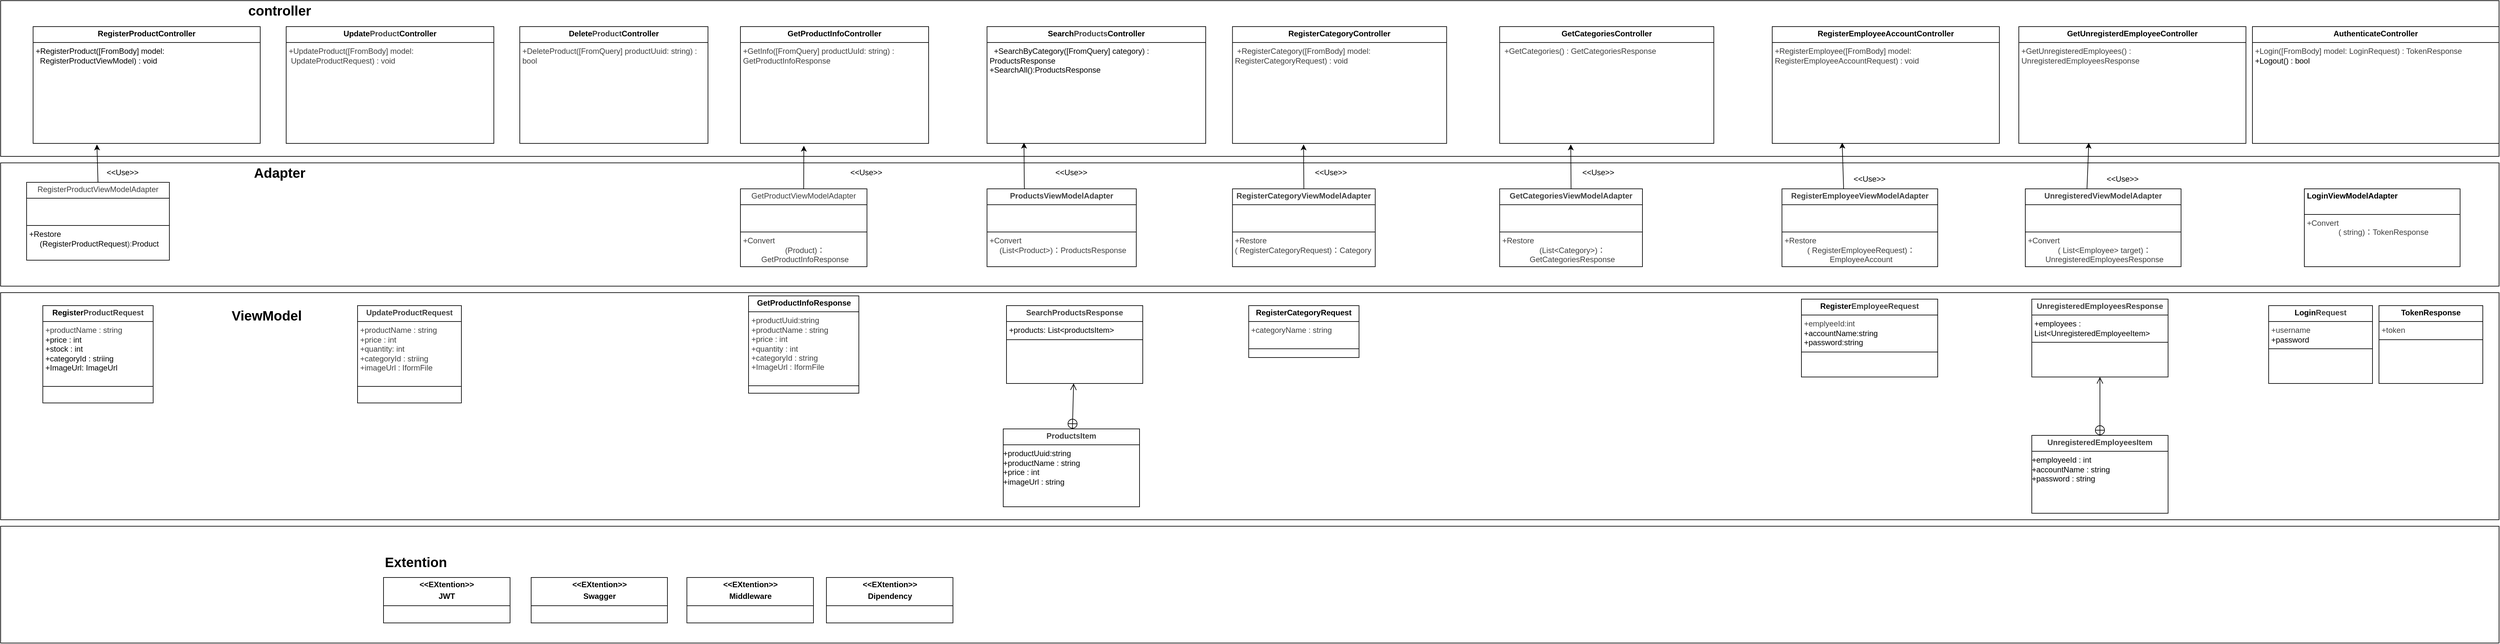
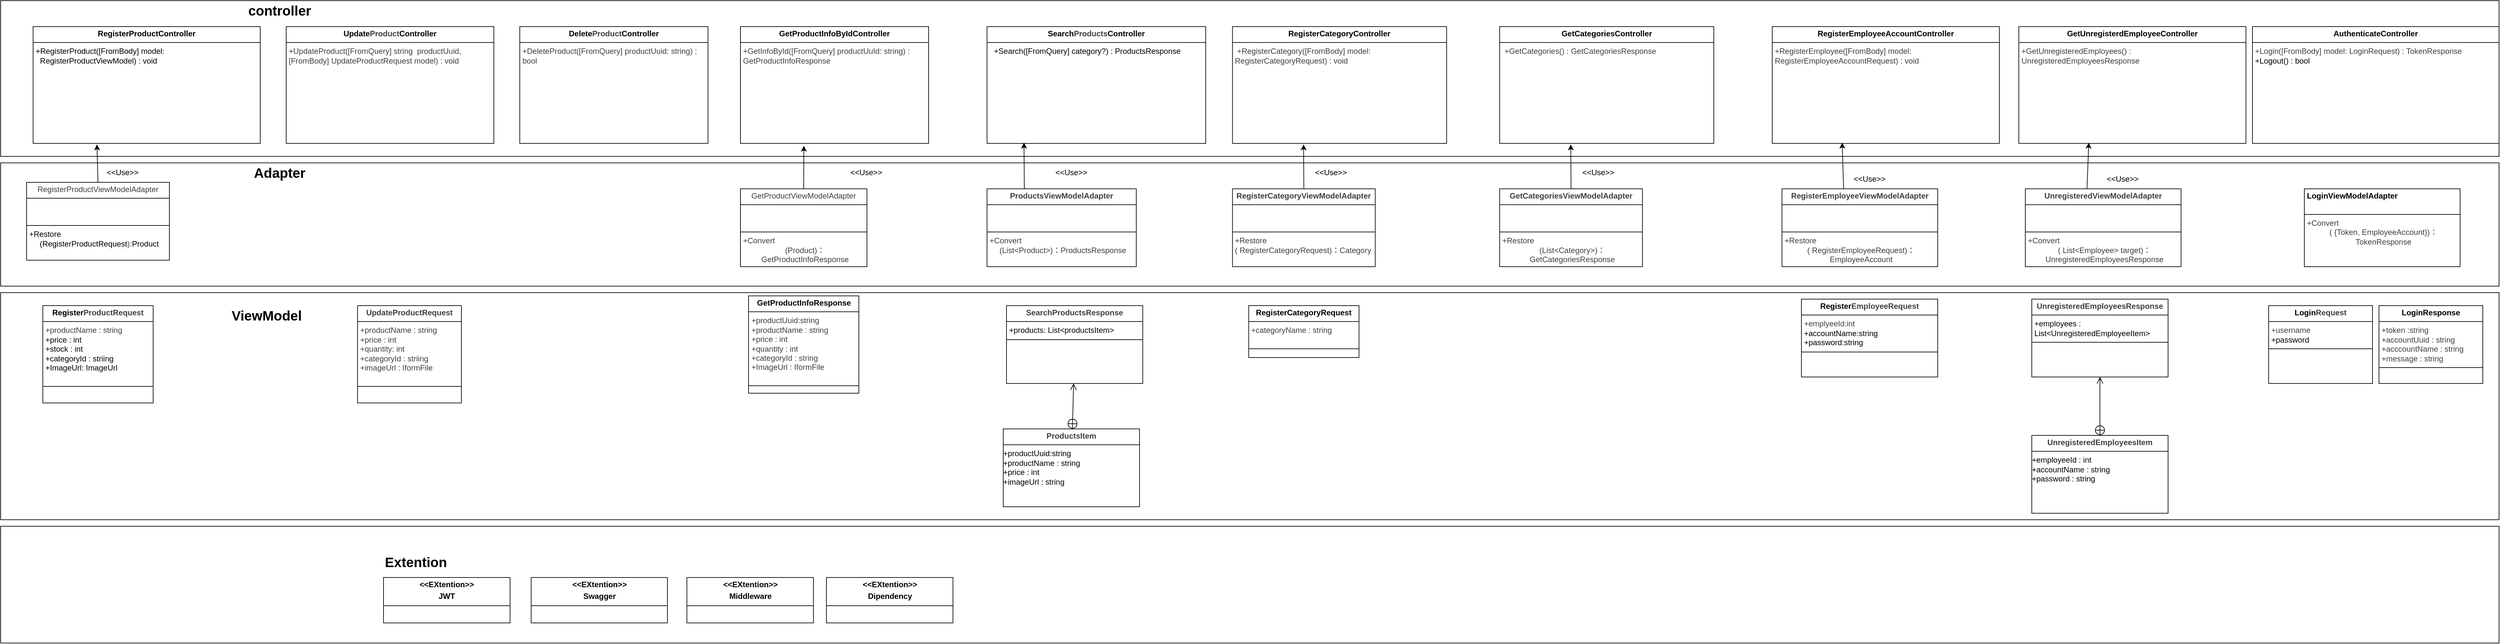
<mxfile host="65bd71144e">
    <diagram id="EApjV0AEF5bl3lN2ML2e" name="ページ1">
-         <mxGraphModel dx="3129" dy="736" grid="1" gridSize="10" guides="1" tooltips="1" connect="1" arrows="1" fold="1" page="1" pageScale="1" pageWidth="827" pageHeight="1169" math="0" shadow="0">
+         <mxGraphModel dx="2465" dy="260" grid="1" gridSize="10" guides="1" tooltips="1" connect="1" arrows="1" fold="1" page="1" pageScale="1" pageWidth="827" pageHeight="1169" math="0" shadow="0">
            <root>
                <mxCell id="0"/>
                <mxCell id="1" parent="0"/>
-                 <mxCell id="115" value="" style="rounded=0;whiteSpace=wrap;html=1;" vertex="1" parent="1">
+                 <mxCell id="115" value="" style="rounded=0;whiteSpace=wrap;html=1;" parent="1" vertex="1">
                    <mxGeometry x="-1030" y="1640" width="3850" height="180" as="geometry"/>
                </mxCell>
-                 <mxCell id="110" value="" style="rounded=0;whiteSpace=wrap;html=1;" vertex="1" parent="1">
+                 <mxCell id="110" value="" style="rounded=0;whiteSpace=wrap;html=1;" parent="1" vertex="1">
                    <mxGeometry x="-1030" y="1280" width="3850" height="350" as="geometry"/>
                </mxCell>
-                 <mxCell id="108" value="" style="rounded=0;whiteSpace=wrap;html=1;" vertex="1" parent="1">
+                 <mxCell id="108" value="" style="rounded=0;whiteSpace=wrap;html=1;" parent="1" vertex="1">
                    <mxGeometry x="-1030" y="830" width="3850" height="240" as="geometry"/>
                </mxCell>
                <mxCell id="66" value="" style="rounded=0;whiteSpace=wrap;html=1;" parent="1" vertex="1">
                    <mxGeometry x="-1030" y="1080" width="3850" height="190" as="geometry"/>
                </mxCell>
                <mxCell id="2" value="&lt;p style=&quot;margin:0px;margin-top:4px;text-align:center;&quot;&gt;&lt;b&gt;RegisterProductController&lt;/b&gt;&lt;/p&gt;&lt;hr size=&quot;1&quot; style=&quot;border-style:solid;&quot;&gt;&lt;p style=&quot;margin:0px;margin-left:4px;&quot;&gt;+RegisterProduct([FromBody] model:&amp;nbsp; &amp;nbsp;&amp;nbsp;&lt;/p&gt;&lt;p style=&quot;margin:0px;margin-left:4px;&quot;&gt;&amp;nbsp; RegisterProductViewModel) : void&lt;/p&gt;&lt;div&gt;&lt;br&gt;&lt;/div&gt;" style="verticalAlign=top;align=left;overflow=fill;html=1;whiteSpace=wrap;" parent="1" vertex="1">
                    <mxGeometry x="-980" y="870" width="350" height="180" as="geometry"/>
                </mxCell>
                <mxCell id="3" value="&lt;p style=&quot;margin:0px;margin-top:4px;text-align:center;&quot;&gt;&lt;b&gt;Register&lt;span style=&quot;color: rgb(63, 63, 63);&quot;&gt;ProductRequest&lt;/span&gt;&lt;/b&gt;&lt;/p&gt;&lt;hr size=&quot;1&quot; style=&quot;border-style:solid;&quot;&gt;&lt;p style=&quot;margin:0px;margin-left:4px;&quot;&gt;&lt;span style=&quot;color: rgb(63, 63, 63); background-color: transparent;&quot;&gt;+productName : string&lt;/span&gt;&lt;/p&gt;&lt;p style=&quot;margin:0px;margin-left:4px;&quot;&gt;+price : int&lt;/p&gt;&lt;p style=&quot;margin:0px;margin-left:4px;&quot;&gt;+stock : int&lt;/p&gt;&lt;p style=&quot;margin:0px;margin-left:4px;&quot;&gt;+categoryId : striing&lt;/p&gt;&lt;p style=&quot;margin:0px;margin-left:4px;&quot;&gt;+ImageUrl: ImageUrl&lt;/p&gt;&lt;p style=&quot;margin:0px;margin-left:4px;&quot;&gt;&lt;br&gt;&lt;/p&gt;&lt;hr size=&quot;1&quot; style=&quot;border-style:solid;&quot;&gt;&lt;p style=&quot;margin:0px;margin-left:4px;&quot;&gt;&lt;br&gt;&lt;/p&gt;" style="verticalAlign=top;align=left;overflow=fill;html=1;whiteSpace=wrap;" parent="1" vertex="1">
                    <mxGeometry x="-965" y="1300" width="170" height="150" as="geometry"/>
                </mxCell>
                <mxCell id="4" value="&lt;p style=&quot;margin:0px;margin-top:4px;text-align:center;&quot;&gt;&lt;span style=&quot;color: rgb(63, 63, 63); background-color: transparent;&quot;&gt;Register&lt;span style=&quot;color: rgb(63, 63, 63); scrollbar-color: rgb(226, 226, 226) rgb(251, 251, 251);&quot;&gt;Product&lt;/span&gt;ViewModelAdapter&lt;/span&gt;&lt;/p&gt;&lt;hr size=&quot;1&quot; style=&quot;border-style:solid;&quot;&gt;&lt;p style=&quot;margin:0px;margin-left:4px;&quot;&gt;&lt;br&gt;&lt;/p&gt;&lt;p style=&quot;margin:0px;margin-left:4px;&quot;&gt;&lt;br&gt;&lt;/p&gt;&lt;hr size=&quot;1&quot; style=&quot;border-style:solid;&quot;&gt;&lt;p style=&quot;margin:0px;margin-left:4px;&quot;&gt;+Restore&lt;/p&gt;&lt;p style=&quot;text-align: center; margin: 0px 0px 0px 4px;&quot;&gt;&lt;span style=&quot;background-color: transparent;&quot;&gt;(RegisterProductRequest&lt;/span&gt;&lt;span style=&quot;background-color: transparent; color: rgb(63, 63, 63);&quot;&gt;):&lt;/span&gt;&lt;span style=&quot;background-color: transparent;&quot;&gt;Product&lt;/span&gt;&lt;/p&gt;" style="verticalAlign=top;align=left;overflow=fill;html=1;whiteSpace=wrap;" parent="1" vertex="1">
                    <mxGeometry x="-990" y="1110" width="220" height="120" as="geometry"/>
                </mxCell>
-                 <mxCell id="5" value="&lt;p style=&quot;margin:0px;margin-top:4px;text-align:center;&quot;&gt;&lt;b&gt;Update&lt;/b&gt;&lt;b style=&quot;color: rgb(63, 63, 63); scrollbar-color: rgb(226, 226, 226) rgb(251, 251, 251);&quot;&gt;Product&lt;/b&gt;&lt;b&gt;Controller&lt;/b&gt;&lt;/p&gt;&lt;hr size=&quot;1&quot; style=&quot;border-style:solid;&quot;&gt;&lt;p style=&quot;margin:0px;margin-left:4px;&quot;&gt;&lt;/p&gt;&lt;p style=&quot;margin:0px;margin-left:4px;&quot;&gt;&lt;span style=&quot;color: rgb(63, 63, 63); background-color: transparent;&quot;&gt;+UpdateProduct([FromBody] model:&amp;nbsp; &amp;nbsp;UpdateProductRequest) : void&lt;/span&gt;&lt;/p&gt;" style="verticalAlign=top;align=left;overflow=fill;html=1;whiteSpace=wrap;" parent="1" vertex="1">
+                 <mxCell id="5" value="&lt;p style=&quot;margin:0px;margin-top:4px;text-align:center;&quot;&gt;&lt;b&gt;Update&lt;/b&gt;&lt;b style=&quot;color: rgb(63, 63, 63); scrollbar-color: rgb(226, 226, 226) rgb(251, 251, 251);&quot;&gt;Product&lt;/b&gt;&lt;b&gt;Controller&lt;/b&gt;&lt;/p&gt;&lt;hr size=&quot;1&quot; style=&quot;border-style:solid;&quot;&gt;&lt;p style=&quot;margin:0px;margin-left:4px;&quot;&gt;&lt;/p&gt;&lt;p style=&quot;margin:0px;margin-left:4px;&quot;&gt;&lt;span style=&quot;color: rgb(63, 63, 63); background-color: transparent;&quot;&gt;+UpdateProduct([FromQuery] string&amp;nbsp; productUuid,&amp;nbsp; [FromBody] UpdateProductRequest model) : void&lt;/span&gt;&lt;/p&gt;" style="verticalAlign=top;align=left;overflow=fill;html=1;whiteSpace=wrap;" parent="1" vertex="1">
                    <mxGeometry x="-590" y="870" width="320" height="180" as="geometry"/>
                </mxCell>
                <mxCell id="6" value="&lt;p style=&quot;margin:0px;margin-top:4px;text-align:center;&quot;&gt;&lt;b&gt;Delete&lt;/b&gt;&lt;b style=&quot;color: rgb(63, 63, 63); scrollbar-color: rgb(226, 226, 226) rgb(251, 251, 251);&quot;&gt;Product&lt;/b&gt;&lt;b&gt;Controller&lt;/b&gt;&lt;/p&gt;&lt;hr size=&quot;1&quot; style=&quot;border-style:solid;&quot;&gt;&lt;p style=&quot;color: rgb(63, 63, 63); scrollbar-color: rgb(226, 226, 226) rgb(251, 251, 251); margin: 0px 0px 0px 4px;&quot;&gt;&lt;span style=&quot;background-color: transparent;&quot;&gt;+DeleteProduct([FromQuery] productUuid: string) : bool&lt;/span&gt;&lt;/p&gt;" style="verticalAlign=top;align=left;overflow=fill;html=1;whiteSpace=wrap;" parent="1" vertex="1">
                    <mxGeometry x="-230" y="870" width="290" height="180" as="geometry"/>
                </mxCell>
-                 <mxCell id="7" value="&lt;p style=&quot;margin:0px;margin-top:4px;text-align:center;&quot;&gt;&lt;b&gt;Search&lt;/b&gt;&lt;b style=&quot;color: rgb(63, 63, 63); scrollbar-color: rgb(226, 226, 226) rgb(251, 251, 251);&quot;&gt;Products&lt;/b&gt;&lt;b&gt;Controller&lt;/b&gt;&lt;/p&gt;&lt;hr size=&quot;1&quot; style=&quot;border-style:solid;&quot;&gt;&lt;p style=&quot;margin:0px;margin-left:4px;&quot;&gt;&amp;nbsp; +SearchByCategory([FromQuery] category) : ProductsResponse&lt;/p&gt;&lt;p style=&quot;margin:0px;margin-left:4px;&quot;&gt;+SearchAll():ProductsResponse&lt;/p&gt;" style="verticalAlign=top;align=left;overflow=fill;html=1;whiteSpace=wrap;" parent="1" vertex="1">
+                 <mxCell id="7" value="&lt;p style=&quot;margin:0px;margin-top:4px;text-align:center;&quot;&gt;&lt;b&gt;Search&lt;/b&gt;&lt;b style=&quot;color: rgb(63, 63, 63); scrollbar-color: rgb(226, 226, 226) rgb(251, 251, 251);&quot;&gt;Products&lt;/b&gt;&lt;b&gt;Controller&lt;/b&gt;&lt;/p&gt;&lt;hr size=&quot;1&quot; style=&quot;border-style:solid;&quot;&gt;&lt;p style=&quot;margin:0px;margin-left:4px;&quot;&gt;&amp;nbsp; +Search([FromQuery] category?) : ProductsResponse&lt;/p&gt;" style="verticalAlign=top;align=left;overflow=fill;html=1;whiteSpace=wrap;" parent="1" vertex="1">
                    <mxGeometry x="490" y="870" width="337" height="180" as="geometry"/>
                </mxCell>
                <mxCell id="8" value="&lt;p style=&quot;margin:0px;margin-top:4px;text-align:center;&quot;&gt;&lt;b&gt;RegisterEmployeeAccountController&lt;/b&gt;&lt;/p&gt;&lt;hr size=&quot;1&quot; style=&quot;border-style:solid;&quot;&gt;&lt;p style=&quot;margin:0px;margin-left:4px;&quot;&gt;&lt;span style=&quot;color: rgb(63, 63, 63); background-color: transparent;&quot;&gt;+RegisterEmployee([FromBody] model: RegisterEmployeeAccountRequest) : void&lt;/span&gt;&lt;/p&gt;&lt;div&gt;&lt;br&gt;&lt;/div&gt;" style="verticalAlign=top;align=left;overflow=fill;html=1;whiteSpace=wrap;" parent="1" vertex="1">
                    <mxGeometry x="1700" y="870" width="350" height="180" as="geometry"/>
                </mxCell>
                <mxCell id="9" value="&lt;p style=&quot;margin:0px;margin-top:4px;text-align:center;&quot;&gt;&lt;b&gt;AuthenticateController&lt;/b&gt;&lt;/p&gt;&lt;hr size=&quot;1&quot; style=&quot;border-style:solid;&quot;&gt;&lt;p style=&quot;margin:0px;margin-left:4px;&quot;&gt;&lt;span style=&quot;color: rgb(63, 63, 63); background-color: transparent;&quot;&gt;+Login([FromBody] model: LoginRequest) : TokenResponse&amp;nbsp;&lt;/span&gt;&lt;/p&gt;&lt;p style=&quot;margin:0px;margin-left:4px;&quot;&gt;+Logout() : bool&lt;/p&gt;" style="verticalAlign=top;align=left;overflow=fill;html=1;whiteSpace=wrap;" parent="1" vertex="1">
                    <mxGeometry x="2440" y="870" width="380" height="180" as="geometry"/>
                </mxCell>
                <mxCell id="10" value="&lt;p style=&quot;margin:0px;margin-top:4px;text-align:center;&quot;&gt;&lt;b&gt;&lt;span style=&quot;background-color: transparent; color: rgb(63, 63, 63); scrollbar-color: rgb(226, 226, 226) rgb(251, 251, 251);&quot;&gt;Update&lt;/span&gt;&lt;span style=&quot;color: rgb(63, 63, 63);&quot;&gt;ProductRequest&lt;/span&gt;&lt;/b&gt;&lt;/p&gt;&lt;hr size=&quot;1&quot; style=&quot;border-style:solid;&quot;&gt;&lt;p style=&quot;color: rgb(63, 63, 63); scrollbar-color: rgb(226, 226, 226) rgb(251, 251, 251); margin: 0px 0px 0px 4px;&quot;&gt;&lt;span style=&quot;scrollbar-color: rgb(226, 226, 226) rgb(251, 251, 251); background-color: transparent; color: rgb(63, 63, 63);&quot;&gt;+productName : string&lt;/span&gt;&lt;/p&gt;&lt;p style=&quot;color: rgb(63, 63, 63); scrollbar-color: rgb(226, 226, 226) rgb(251, 251, 251); margin: 0px 0px 0px 4px;&quot;&gt;+price : int&lt;/p&gt;&lt;p style=&quot;color: rgb(63, 63, 63); scrollbar-color: rgb(226, 226, 226) rgb(251, 251, 251); margin: 0px 0px 0px 4px;&quot;&gt;+quantity: int&lt;/p&gt;&lt;p style=&quot;color: rgb(63, 63, 63); scrollbar-color: rgb(226, 226, 226) rgb(251, 251, 251); margin: 0px 0px 0px 4px;&quot;&gt;+categoryId : striing&lt;/p&gt;&lt;p style=&quot;color: rgb(63, 63, 63); scrollbar-color: rgb(226, 226, 226) rgb(251, 251, 251); margin: 0px 0px 0px 4px;&quot;&gt;+imageUrl : IformFile&lt;/p&gt;&lt;p style=&quot;color: rgb(63, 63, 63); scrollbar-color: rgb(226, 226, 226) rgb(251, 251, 251); margin: 0px 0px 0px 4px;&quot;&gt;&lt;br style=&quot;color: rgb(63, 63, 63); scrollbar-color: rgb(226, 226, 226) rgb(251, 251, 251);&quot;&gt;&lt;/p&gt;&lt;hr size=&quot;1&quot; style=&quot;border-style:solid;&quot;&gt;&lt;p style=&quot;margin:0px;margin-left:4px;&quot;&gt;&lt;br&gt;&lt;/p&gt;" style="verticalAlign=top;align=left;overflow=fill;html=1;whiteSpace=wrap;" parent="1" vertex="1">
                    <mxGeometry x="-480" y="1300" width="160" height="150" as="geometry"/>
                </mxCell>
                <mxCell id="12" value="&lt;p style=&quot;margin:0px;margin-top:4px;text-align:center;&quot;&gt;&lt;b&gt;Register&lt;/b&gt;&lt;b style=&quot;scrollbar-color: rgb(226, 226, 226) rgb(251, 251, 251); background-color: transparent; color: rgb(63, 63, 63);&quot;&gt;EmployeeRequest&lt;/b&gt;&lt;/p&gt;&lt;hr size=&quot;1&quot; style=&quot;border-style:solid;&quot;&gt;&lt;p style=&quot;margin:0px;margin-left:4px;&quot;&gt;&lt;span style=&quot;color: rgb(63, 63, 63); background-color: transparent;&quot;&gt;+emplyeeId:int&lt;/span&gt;&lt;/p&gt;&lt;p style=&quot;margin:0px;margin-left:4px;&quot;&gt;+accountName:string&lt;/p&gt;&lt;p style=&quot;margin:0px;margin-left:4px;&quot;&gt;+password:string&lt;/p&gt;&lt;hr size=&quot;1&quot; style=&quot;border-style:solid;&quot;&gt;&lt;p style=&quot;margin:0px;margin-left:4px;&quot;&gt;&lt;br&gt;&lt;/p&gt;" style="verticalAlign=top;align=left;overflow=fill;html=1;whiteSpace=wrap;" parent="1" vertex="1">
                    <mxGeometry x="1745" y="1290" width="210" height="120" as="geometry"/>
                </mxCell>
                <mxCell id="13" value="&lt;p style=&quot;margin:0px;margin-top:4px;text-align:center;&quot;&gt;&lt;b style=&quot;color: rgb(63, 63, 63); background-color: transparent;&quot;&gt;Register&lt;span style=&quot;color: rgb(63, 63, 63);&quot;&gt;Employee&lt;/span&gt;ViewModelAdapter&lt;/b&gt;&lt;/p&gt;&lt;hr size=&quot;1&quot; style=&quot;border-style:solid;&quot;&gt;&lt;p style=&quot;margin:0px;margin-left:4px;&quot;&gt;&lt;br&gt;&lt;/p&gt;&lt;p style=&quot;margin:0px;margin-left:4px;&quot;&gt;&lt;br&gt;&lt;/p&gt;&lt;hr size=&quot;1&quot; style=&quot;border-style:solid;&quot;&gt;&lt;p style=&quot;margin:0px;margin-left:4px;&quot;&gt;&lt;span style=&quot;color: rgb(63, 63, 63); scrollbar-color: rgb(226, 226, 226) rgb(251, 251, 251); background-color: transparent;&quot;&gt;+Restore&lt;/span&gt;&lt;/p&gt;&lt;p style=&quot;text-align: center; margin: 0px 0px 0px 4px;&quot;&gt;&lt;span style=&quot;color: rgb(63, 63, 63); scrollbar-color: rgb(226, 226, 226) rgb(251, 251, 251); background-color: transparent;&quot;&gt;(&lt;/span&gt;&lt;span style=&quot;scrollbar-color: rgb(226, 226, 226) rgb(251, 251, 251); background-color: transparent; text-align: center; color: rgb(63, 63, 63);&quot;&gt;&amp;nbsp;RegisterEmployeeRequest&lt;/span&gt;&lt;span style=&quot;background-color: transparent; scrollbar-color: rgb(226, 226, 226) rgb(251, 251, 251); color: rgb(63, 63, 63);&quot;&gt;)&lt;/span&gt;&lt;span style=&quot;background-color: transparent; color: rgb(63, 63, 63);&quot;&gt;：EmployeeAccount&lt;/span&gt;&lt;/p&gt;" style="verticalAlign=top;align=left;overflow=fill;html=1;whiteSpace=wrap;" parent="1" vertex="1">
                    <mxGeometry x="1715" y="1120" width="240" height="120" as="geometry"/>
                </mxCell>
                <mxCell id="16" value="&lt;p style=&quot;margin:0px;margin-top:4px;text-align:center;&quot;&gt;&lt;b&gt;Login&lt;span style=&quot;color: rgb(63, 63, 63);&quot;&gt;Request&lt;/span&gt;&lt;/b&gt;&lt;/p&gt;&lt;hr size=&quot;1&quot; style=&quot;border-style:solid;&quot;&gt;&lt;p style=&quot;margin:0px;margin-left:4px;&quot;&gt;&lt;span style=&quot;color: rgb(63, 63, 63); background-color: transparent;&quot;&gt;+username&lt;/span&gt;&lt;/p&gt;&lt;p style=&quot;margin:0px;margin-left:4px;&quot;&gt;+password&lt;/p&gt;&lt;hr size=&quot;1&quot; style=&quot;border-style:solid;&quot;&gt;&lt;p style=&quot;margin:0px;margin-left:4px;&quot;&gt;&lt;br&gt;&lt;/p&gt;" style="verticalAlign=top;align=left;overflow=fill;html=1;whiteSpace=wrap;" parent="1" vertex="1">
                    <mxGeometry x="2465" y="1300" width="160" height="120" as="geometry"/>
                </mxCell>
-                 <mxCell id="17" value="&lt;p style=&quot;margin:0px;margin-top:4px;text-align:center;&quot;&gt;&lt;b&gt;TokenResponse&lt;/b&gt;&lt;/p&gt;&lt;hr size=&quot;1&quot; style=&quot;border-style:solid;&quot;&gt;&lt;p style=&quot;margin:0px;margin-left:4px;&quot;&gt;&lt;span style=&quot;color: rgb(63, 63, 63); background-color: transparent;&quot;&gt;+token&lt;/span&gt;&lt;/p&gt;&lt;hr size=&quot;1&quot; style=&quot;border-style:solid;&quot;&gt;&lt;p style=&quot;margin:0px;margin-left:4px;&quot;&gt;&lt;br&gt;&lt;/p&gt;" style="verticalAlign=top;align=left;overflow=fill;html=1;whiteSpace=wrap;" parent="1" vertex="1">
+                 <mxCell id="17" value="&lt;p style=&quot;margin:0px;margin-top:4px;text-align:center;&quot;&gt;&lt;b&gt;LoginResponse&lt;/b&gt;&lt;/p&gt;&lt;hr size=&quot;1&quot; style=&quot;border-style:solid;&quot;&gt;&lt;p style=&quot;margin:0px;margin-left:4px;&quot;&gt;&lt;span style=&quot;color: rgb(63, 63, 63); background-color: transparent;&quot;&gt;+token :string&lt;/span&gt;&lt;/p&gt;&lt;p style=&quot;margin:0px;margin-left:4px;&quot;&gt;&lt;span style=&quot;color: rgb(63, 63, 63); background-color: transparent;&quot;&gt;+accountUuid : string&lt;/span&gt;&lt;/p&gt;&lt;p style=&quot;margin:0px;margin-left:4px;&quot;&gt;&lt;span style=&quot;color: rgb(63, 63, 63); background-color: transparent;&quot;&gt;+acccountName : string&lt;/span&gt;&lt;/p&gt;&lt;p style=&quot;margin:0px;margin-left:4px;&quot;&gt;&lt;span style=&quot;color: rgb(63, 63, 63); background-color: transparent;&quot;&gt;+message : string&lt;/span&gt;&lt;/p&gt;&lt;hr size=&quot;1&quot; style=&quot;border-style:solid;&quot;&gt;&lt;p style=&quot;margin:0px;margin-left:4px;&quot;&gt;&lt;br&gt;&lt;/p&gt;" style="verticalAlign=top;align=left;overflow=fill;html=1;whiteSpace=wrap;" parent="1" vertex="1">
                    <mxGeometry x="2635" y="1300" width="160" height="120" as="geometry"/>
                </mxCell>
                <mxCell id="18" value="&lt;p style=&quot;margin:0px;margin-top:4px;text-align:center;&quot;&gt;&lt;b&gt;&amp;lt;&amp;lt;EXtention&amp;gt;&amp;gt;&lt;/b&gt;&lt;/p&gt;&lt;p style=&quot;margin:0px;margin-top:4px;text-align:center;&quot;&gt;&lt;b&gt;JWT&lt;/b&gt;&lt;/p&gt;&lt;hr size=&quot;1&quot; style=&quot;border-style:solid;&quot;&gt;&lt;p style=&quot;margin:0px;margin-left:4px;&quot;&gt;&lt;br&gt;&lt;/p&gt;&lt;p style=&quot;margin:0px;margin-left:4px;&quot;&gt;&lt;br&gt;&lt;/p&gt;&lt;hr size=&quot;1&quot; style=&quot;border-style:solid;&quot;&gt;&lt;p style=&quot;margin:0px;margin-left:4px;&quot;&gt;&lt;br&gt;&lt;/p&gt;&lt;p style=&quot;margin:0px;margin-left:4px;&quot;&gt;&lt;br&gt;&lt;/p&gt;" style="verticalAlign=top;align=left;overflow=fill;html=1;whiteSpace=wrap;" parent="1" vertex="1">
                    <mxGeometry x="-440" y="1719" width="195" height="70" as="geometry"/>
                </mxCell>
                <mxCell id="19" value="&lt;p style=&quot;margin:0px;margin-top:4px;text-align:center;&quot;&gt;&lt;b&gt;&amp;lt;&amp;lt;EXtention&amp;gt;&amp;gt;&lt;/b&gt;&lt;/p&gt;&lt;p style=&quot;margin:0px;margin-top:4px;text-align:center;&quot;&gt;&lt;b&gt;Swagger&lt;/b&gt;&lt;/p&gt;&lt;hr size=&quot;1&quot; style=&quot;border-style:solid;&quot;&gt;&lt;p style=&quot;margin:0px;margin-left:4px;&quot;&gt;&lt;br&gt;&lt;/p&gt;&lt;p style=&quot;margin:0px;margin-left:4px;&quot;&gt;&lt;br&gt;&lt;/p&gt;&lt;hr size=&quot;1&quot; style=&quot;border-style:solid;&quot;&gt;&lt;p style=&quot;margin:0px;margin-left:4px;&quot;&gt;&lt;br&gt;&lt;/p&gt;" style="verticalAlign=top;align=left;overflow=fill;html=1;whiteSpace=wrap;" parent="1" vertex="1">
                    <mxGeometry x="-212.5" y="1719" width="210" height="70" as="geometry"/>
                </mxCell>
                <mxCell id="20" value="&lt;p style=&quot;margin:0px;margin-top:4px;text-align:center;&quot;&gt;&lt;b&gt;&amp;lt;&amp;lt;EXtention&amp;gt;&amp;gt;&lt;/b&gt;&lt;/p&gt;&lt;p style=&quot;margin:0px;margin-top:4px;text-align:center;&quot;&gt;&lt;b&gt;Middleware&lt;/b&gt;&lt;/p&gt;&lt;hr size=&quot;1&quot; style=&quot;border-style:solid;&quot;&gt;&lt;p style=&quot;margin:0px;margin-left:4px;&quot;&gt;&lt;br&gt;&lt;/p&gt;&lt;hr size=&quot;1&quot; style=&quot;border-style:solid;&quot;&gt;&lt;p style=&quot;margin:0px;margin-left:4px;&quot;&gt;&lt;br&gt;&lt;/p&gt;" style="verticalAlign=top;align=left;overflow=fill;html=1;whiteSpace=wrap;" parent="1" vertex="1">
                    <mxGeometry x="27.5" y="1719" width="195" height="70" as="geometry"/>
                </mxCell>
                <mxCell id="21" value="&lt;p style=&quot;margin:0px;margin-top:4px;text-align:center;&quot;&gt;&lt;b&gt;&amp;lt;&amp;lt;EXtention&amp;gt;&amp;gt;&lt;/b&gt;&lt;/p&gt;&lt;p style=&quot;margin:0px;margin-top:4px;text-align:center;&quot;&gt;&lt;b&gt;Dipendency&lt;/b&gt;&lt;/p&gt;&lt;hr size=&quot;1&quot; style=&quot;border-style:solid;&quot;&gt;&lt;p style=&quot;margin:0px;margin-left:4px;&quot;&gt;&lt;br&gt;&lt;/p&gt;&lt;hr size=&quot;1&quot; style=&quot;border-style:solid;&quot;&gt;&lt;p style=&quot;margin:0px;margin-left:4px;&quot;&gt;&lt;br&gt;&lt;/p&gt;&lt;p style=&quot;margin:0px;margin-left:4px;&quot;&gt;&lt;br&gt;&lt;/p&gt;" style="verticalAlign=top;align=left;overflow=fill;html=1;whiteSpace=wrap;" parent="1" vertex="1">
                    <mxGeometry x="242.5" y="1719" width="195" height="70" as="geometry"/>
                </mxCell>
                <mxCell id="22" value="&lt;p style=&quot;margin:0px;margin-top:4px;text-align:center;&quot;&gt;&lt;b&gt;RegisterCategoryController&lt;/b&gt;&lt;/p&gt;&lt;hr size=&quot;1&quot; style=&quot;border-style:solid;&quot;&gt;&lt;p style=&quot;margin:0px;margin-left:4px;&quot;&gt;&lt;/p&gt;&lt;p style=&quot;margin:0px;margin-left:4px;&quot;&gt;&lt;span style=&quot;color: rgb(63, 63, 63); background-color: transparent;&quot;&gt;&amp;nbsp;+RegisterCategory([FromBody] model: RegisterCategoryRequest) : void&lt;/span&gt;&lt;/p&gt;" style="verticalAlign=top;align=left;overflow=fill;html=1;whiteSpace=wrap;" parent="1" vertex="1">
                    <mxGeometry x="868.25" y="870" width="330" height="180" as="geometry"/>
                </mxCell>
                <mxCell id="23" value="&lt;p style=&quot;margin:0px;margin-top:4px;text-align:center;&quot;&gt;&lt;b&gt;RegisterCategoryRequest&lt;/b&gt;&lt;/p&gt;&lt;hr size=&quot;1&quot; style=&quot;border-style:solid;&quot;&gt;&lt;p style=&quot;color: rgb(63, 63, 63); scrollbar-color: rgb(226, 226, 226) rgb(251, 251, 251); margin: 0px 0px 0px 4px;&quot;&gt;+categoryName : string&lt;/p&gt;&lt;p style=&quot;margin:0px;margin-left:4px;&quot;&gt;&lt;br&gt;&lt;/p&gt;&lt;hr size=&quot;1&quot; style=&quot;border-style:solid;&quot;&gt;&lt;p style=&quot;margin:0px;margin-left:4px;&quot;&gt;&lt;br&gt;&lt;/p&gt;" style="verticalAlign=top;align=left;overflow=fill;html=1;whiteSpace=wrap;" parent="1" vertex="1">
                    <mxGeometry x="893.25" y="1300" width="170" height="80" as="geometry"/>
                </mxCell>
                <mxCell id="26" style="edgeStyle=none;html=1;exitX=0.5;exitY=0;exitDx=0;exitDy=0;entryX=0.281;entryY=1.009;entryDx=0;entryDy=0;entryPerimeter=0;" parent="1" source="4" target="2" edge="1">
                    <mxGeometry relative="1" as="geometry"/>
                </mxCell>
                <mxCell id="31" value="&lt;p style=&quot;margin:0px;margin-top:4px;text-align:center;&quot;&gt;&lt;b style=&quot;color: rgb(63, 63, 63); background-color: transparent;&quot;&gt;RegisterCategoryViewModelAdapter&lt;/b&gt;&lt;/p&gt;&lt;hr size=&quot;1&quot; style=&quot;border-style:solid;&quot;&gt;&lt;p style=&quot;margin:0px;margin-left:4px;&quot;&gt;&lt;br&gt;&lt;/p&gt;&lt;p style=&quot;margin:0px;margin-left:4px;&quot;&gt;&lt;br&gt;&lt;/p&gt;&lt;hr size=&quot;1&quot; style=&quot;border-style:solid;&quot;&gt;&lt;p style=&quot;margin:0px;margin-left:4px;&quot;&gt;&lt;span style=&quot;color: rgb(63, 63, 63); scrollbar-color: rgb(226, 226, 226) rgb(251, 251, 251); background-color: transparent;&quot;&gt;+Restore&lt;/span&gt;&lt;/p&gt;&lt;p style=&quot;margin:0px;margin-left:4px;&quot;&gt;&lt;span style=&quot;color: rgb(63, 63, 63); scrollbar-color: rgb(226, 226, 226) rgb(251, 251, 251); background-color: transparent;&quot;&gt;(&lt;/span&gt;&lt;span style=&quot;scrollbar-color: rgb(226, 226, 226) rgb(251, 251, 251); background-color: transparent; text-align: center; color: rgb(63, 63, 63);&quot;&gt;&amp;nbsp;RegisterCategoryRequest&lt;/span&gt;&lt;span style=&quot;background-color: transparent; scrollbar-color: rgb(226, 226, 226) rgb(251, 251, 251); color: rgb(63, 63, 63);&quot;&gt;)&lt;/span&gt;&lt;span style=&quot;background-color: transparent; color: rgb(63, 63, 63);&quot;&gt;：Category&lt;/span&gt;&lt;/p&gt;" style="verticalAlign=top;align=left;overflow=fill;html=1;whiteSpace=wrap;" parent="1" vertex="1">
                    <mxGeometry x="868.25" y="1120" width="220" height="120" as="geometry"/>
                </mxCell>
                <mxCell id="33" style="edgeStyle=none;html=1;exitX=0.5;exitY=0;exitDx=0;exitDy=0;entryX=0.332;entryY=1.009;entryDx=0;entryDy=0;entryPerimeter=0;" parent="1" source="31" target="22" edge="1">
                    <mxGeometry relative="1" as="geometry"/>
                </mxCell>
                <mxCell id="34" style="edgeStyle=none;html=1;exitX=0.396;exitY=0;exitDx=0;exitDy=0;entryX=0.308;entryY=0.994;entryDx=0;entryDy=0;entryPerimeter=0;exitPerimeter=0;" parent="1" source="13" target="8" edge="1">
                    <mxGeometry relative="1" as="geometry"/>
                </mxCell>
                <mxCell id="38" value="&amp;lt;&amp;lt;Use&amp;gt;&amp;gt;" style="text;html=1;align=center;verticalAlign=middle;whiteSpace=wrap;rounded=0;" parent="1" vertex="1">
                    <mxGeometry x="1820" y="1090" width="60" height="30" as="geometry"/>
                </mxCell>
                <mxCell id="39" value="&amp;lt;&amp;lt;Use&amp;gt;&amp;gt;" style="text;html=1;align=center;verticalAlign=middle;whiteSpace=wrap;rounded=0;" parent="1" vertex="1">
                    <mxGeometry x="990" y="1080" width="60" height="30" as="geometry"/>
                </mxCell>
                <mxCell id="42" value="&amp;lt;&amp;lt;Use&amp;gt;&amp;gt;" style="text;html=1;align=center;verticalAlign=middle;whiteSpace=wrap;rounded=0;" parent="1" vertex="1">
                    <mxGeometry x="-871.75" y="1080" width="60" height="30" as="geometry"/>
                </mxCell>
                <mxCell id="47" value="controller" style="text;html=1;align=center;verticalAlign=middle;whiteSpace=wrap;rounded=0;fontStyle=1;fontSize=21;" parent="1" vertex="1">
                    <mxGeometry x="-630" y="830" width="60" height="30" as="geometry"/>
                </mxCell>
                <mxCell id="64" value="Adapter" style="text;html=1;align=center;verticalAlign=middle;whiteSpace=wrap;rounded=0;fontStyle=1;fontSize=21;" parent="1" vertex="1">
                    <mxGeometry x="-630" y="1080" width="60" height="30" as="geometry"/>
                </mxCell>
                <mxCell id="67" value="ViewModel" style="text;html=1;align=center;verticalAlign=middle;whiteSpace=wrap;rounded=0;fontStyle=1;fontSize=21;" parent="1" vertex="1">
                    <mxGeometry x="-650" y="1300" width="60" height="30" as="geometry"/>
                </mxCell>
                <mxCell id="68" value="Extention" style="text;html=1;align=center;verticalAlign=middle;whiteSpace=wrap;rounded=0;fontStyle=1;fontSize=21;" parent="1" vertex="1">
                    <mxGeometry x="-420" y="1680" width="60" height="30" as="geometry"/>
                </mxCell>
                <mxCell id="80" value="&lt;p style=&quot;margin:0px;margin-top:4px;text-align:center;&quot;&gt;&lt;span style=&quot;color: rgb(63, 63, 63); background-color: transparent;&quot;&gt;&lt;b&gt;&lt;span style=&quot;color: rgb(63, 63, 63);&quot;&gt;Products&lt;/span&gt;ViewModelAdapter&lt;/b&gt;&lt;/span&gt;&lt;/p&gt;&lt;hr size=&quot;1&quot; style=&quot;border-style:solid;&quot;&gt;&lt;p style=&quot;margin:0px;margin-left:4px;&quot;&gt;&lt;br&gt;&lt;/p&gt;&lt;p style=&quot;margin:0px;margin-left:4px;&quot;&gt;&lt;br&gt;&lt;/p&gt;&lt;hr size=&quot;1&quot; style=&quot;border-style:solid;&quot;&gt;&lt;p style=&quot;margin:0px;margin-left:4px;&quot;&gt;&lt;span style=&quot;color: rgb(63, 63, 63); scrollbar-color: rgb(226, 226, 226) rgb(251, 251, 251); background-color: transparent;&quot;&gt;+Convert&lt;/span&gt;&lt;/p&gt;&lt;p style=&quot;text-align: center; margin: 0px 0px 0px 4px;&quot;&gt;&lt;span style=&quot;color: rgb(63, 63, 63); scrollbar-color: rgb(226, 226, 226) rgb(251, 251, 251); background-color: transparent;&quot;&gt;(List&amp;lt;Product&amp;gt;&lt;/span&gt;&lt;span style=&quot;background-color: transparent; scrollbar-color: rgb(226, 226, 226) rgb(251, 251, 251); color: rgb(63, 63, 63);&quot;&gt;)&lt;/span&gt;&lt;span style=&quot;background-color: transparent; color: rgb(63, 63, 63);&quot;&gt;：&lt;/span&gt;&lt;span style=&quot;background-color: transparent; scrollbar-color: rgb(226, 226, 226) rgb(251, 251, 251); color: rgb(63, 63, 63);&quot;&gt;ProductsResponse&lt;/span&gt;&lt;/p&gt;" style="verticalAlign=top;align=left;overflow=fill;html=1;whiteSpace=wrap;" parent="1" vertex="1">
                    <mxGeometry x="490" y="1120" width="230" height="120" as="geometry"/>
                </mxCell>
                <mxCell id="81" value="&amp;lt;&amp;lt;Use&amp;gt;&amp;gt;" style="text;html=1;align=center;verticalAlign=middle;whiteSpace=wrap;rounded=0;" parent="1" vertex="1">
                    <mxGeometry x="590" y="1080" width="60" height="30" as="geometry"/>
                </mxCell>
                <mxCell id="82" style="edgeStyle=none;html=1;exitX=0.25;exitY=0;exitDx=0;exitDy=0;entryX=0.169;entryY=0.994;entryDx=0;entryDy=0;entryPerimeter=0;" parent="1" source="80" target="7" edge="1">
                    <mxGeometry relative="1" as="geometry"/>
                </mxCell>
-                 <mxCell id="84" value="&lt;p style=&quot;margin:0px;margin-top:4px;text-align:center;&quot;&gt;&lt;b&gt;GetUnregisterdEmployeeController&lt;/b&gt;&lt;/p&gt;&lt;hr size=&quot;1&quot; style=&quot;border-style:solid;&quot;&gt;&lt;p style=&quot;margin:0px;margin-left:4px;&quot;&gt;&lt;span style=&quot;color: rgb(63, 63, 63); background-color: transparent;&quot;&gt;+GetUnregisteredEmployees() : UnregisteredEmployeesResponse&lt;/span&gt;&lt;/p&gt;&lt;div&gt;&lt;br&gt;&lt;/div&gt;" style="verticalAlign=top;align=left;overflow=fill;html=1;whiteSpace=wrap;" vertex="1" parent="1">
+                 <mxCell id="84" value="&lt;p style=&quot;margin:0px;margin-top:4px;text-align:center;&quot;&gt;&lt;b&gt;GetUnregisterdEmployeeController&lt;/b&gt;&lt;/p&gt;&lt;hr size=&quot;1&quot; style=&quot;border-style:solid;&quot;&gt;&lt;p style=&quot;margin:0px;margin-left:4px;&quot;&gt;&lt;span style=&quot;color: rgb(63, 63, 63); background-color: transparent;&quot;&gt;+GetUnregisteredEmployees() : UnregisteredEmployeesResponse&lt;/span&gt;&lt;/p&gt;&lt;div&gt;&lt;br&gt;&lt;/div&gt;" style="verticalAlign=top;align=left;overflow=fill;html=1;whiteSpace=wrap;" parent="1" vertex="1">
                    <mxGeometry x="2080" y="870" width="350" height="180" as="geometry"/>
                </mxCell>
-                 <mxCell id="85" value="&lt;p style=&quot;margin:0px;margin-top:4px;text-align:center;&quot;&gt;&lt;b style=&quot;color: rgb(63, 63, 63); background-color: transparent;&quot;&gt;UnregisteredViewModelAdapter&lt;/b&gt;&lt;/p&gt;&lt;hr size=&quot;1&quot; style=&quot;border-style:solid;&quot;&gt;&lt;p style=&quot;margin:0px;margin-left:4px;&quot;&gt;&lt;br&gt;&lt;/p&gt;&lt;p style=&quot;margin:0px;margin-left:4px;&quot;&gt;&lt;br&gt;&lt;/p&gt;&lt;hr size=&quot;1&quot; style=&quot;border-style:solid;&quot;&gt;&lt;p style=&quot;margin:0px;margin-left:4px;&quot;&gt;&lt;span style=&quot;color: rgb(63, 63, 63); scrollbar-color: rgb(226, 226, 226) rgb(251, 251, 251); background-color: transparent;&quot;&gt;+Convert&lt;/span&gt;&lt;/p&gt;&lt;p style=&quot;text-align: center; margin: 0px 0px 0px 4px;&quot;&gt;&lt;span style=&quot;color: rgb(63, 63, 63); scrollbar-color: rgb(226, 226, 226) rgb(251, 251, 251); background-color: transparent;&quot;&gt;(&lt;/span&gt;&lt;span style=&quot;scrollbar-color: rgb(226, 226, 226) rgb(251, 251, 251); background-color: transparent; text-align: center; color: rgb(63, 63, 63);&quot;&gt;&amp;nbsp;List&amp;lt;Employee&amp;gt; target&lt;/span&gt;&lt;span style=&quot;background-color: transparent; scrollbar-color: rgb(226, 226, 226) rgb(251, 251, 251); color: rgb(63, 63, 63);&quot;&gt;)&lt;/span&gt;&lt;span style=&quot;background-color: transparent; color: rgb(63, 63, 63);&quot;&gt;：UnregisteredEmployeesResponse&lt;/span&gt;&lt;/p&gt;" style="verticalAlign=top;align=left;overflow=fill;html=1;whiteSpace=wrap;" vertex="1" parent="1">
+                 <mxCell id="85" value="&lt;p style=&quot;margin:0px;margin-top:4px;text-align:center;&quot;&gt;&lt;b style=&quot;color: rgb(63, 63, 63); background-color: transparent;&quot;&gt;UnregisteredViewModelAdapter&lt;/b&gt;&lt;/p&gt;&lt;hr size=&quot;1&quot; style=&quot;border-style:solid;&quot;&gt;&lt;p style=&quot;margin:0px;margin-left:4px;&quot;&gt;&lt;br&gt;&lt;/p&gt;&lt;p style=&quot;margin:0px;margin-left:4px;&quot;&gt;&lt;br&gt;&lt;/p&gt;&lt;hr size=&quot;1&quot; style=&quot;border-style:solid;&quot;&gt;&lt;p style=&quot;margin:0px;margin-left:4px;&quot;&gt;&lt;span style=&quot;color: rgb(63, 63, 63); scrollbar-color: rgb(226, 226, 226) rgb(251, 251, 251); background-color: transparent;&quot;&gt;+Convert&lt;/span&gt;&lt;/p&gt;&lt;p style=&quot;text-align: center; margin: 0px 0px 0px 4px;&quot;&gt;&lt;span style=&quot;color: rgb(63, 63, 63); scrollbar-color: rgb(226, 226, 226) rgb(251, 251, 251); background-color: transparent;&quot;&gt;(&lt;/span&gt;&lt;span style=&quot;scrollbar-color: rgb(226, 226, 226) rgb(251, 251, 251); background-color: transparent; text-align: center; color: rgb(63, 63, 63);&quot;&gt;&amp;nbsp;List&amp;lt;Employee&amp;gt; target&lt;/span&gt;&lt;span style=&quot;background-color: transparent; scrollbar-color: rgb(226, 226, 226) rgb(251, 251, 251); color: rgb(63, 63, 63);&quot;&gt;)&lt;/span&gt;&lt;span style=&quot;background-color: transparent; color: rgb(63, 63, 63);&quot;&gt;：UnregisteredEmployeesResponse&lt;/span&gt;&lt;/p&gt;" style="verticalAlign=top;align=left;overflow=fill;html=1;whiteSpace=wrap;" parent="1" vertex="1">
                    <mxGeometry x="2090" y="1120" width="240" height="120" as="geometry"/>
                </mxCell>
-                 <mxCell id="86" style="edgeStyle=none;html=1;exitX=0.396;exitY=0;exitDx=0;exitDy=0;entryX=0.308;entryY=0.994;entryDx=0;entryDy=0;entryPerimeter=0;exitPerimeter=0;" edge="1" source="85" target="84" parent="1">
+                 <mxCell id="86" style="edgeStyle=none;html=1;exitX=0.396;exitY=0;exitDx=0;exitDy=0;entryX=0.308;entryY=0.994;entryDx=0;entryDy=0;entryPerimeter=0;exitPerimeter=0;" parent="1" source="85" target="84" edge="1">
                    <mxGeometry relative="1" as="geometry"/>
                </mxCell>
-                 <mxCell id="87" value="&amp;lt;&amp;lt;Use&amp;gt;&amp;gt;" style="text;html=1;align=center;verticalAlign=middle;whiteSpace=wrap;rounded=0;" vertex="1" parent="1">
+                 <mxCell id="87" value="&amp;lt;&amp;lt;Use&amp;gt;&amp;gt;" style="text;html=1;align=center;verticalAlign=middle;whiteSpace=wrap;rounded=0;" parent="1" vertex="1">
                    <mxGeometry x="2210" y="1090" width="60" height="30" as="geometry"/>
                </mxCell>
-                 <mxCell id="88" value="&lt;p style=&quot;margin:0px;margin-top:4px;text-align:center;&quot;&gt;&lt;b&gt;GetCategoriesController&lt;/b&gt;&lt;/p&gt;&lt;hr size=&quot;1&quot; style=&quot;border-style:solid;&quot;&gt;&lt;p style=&quot;margin:0px;margin-left:4px;&quot;&gt;&lt;span style=&quot;color: rgb(63, 63, 63); background-color: transparent;&quot;&gt;&amp;nbsp;+GetCategories() : GetCategoriesResponse&lt;/span&gt;&lt;/p&gt;" style="verticalAlign=top;align=left;overflow=fill;html=1;whiteSpace=wrap;" vertex="1" parent="1">
+                 <mxCell id="88" value="&lt;p style=&quot;margin:0px;margin-top:4px;text-align:center;&quot;&gt;&lt;b&gt;GetCategoriesController&lt;/b&gt;&lt;/p&gt;&lt;hr size=&quot;1&quot; style=&quot;border-style:solid;&quot;&gt;&lt;p style=&quot;margin:0px;margin-left:4px;&quot;&gt;&lt;span style=&quot;color: rgb(63, 63, 63); background-color: transparent;&quot;&gt;&amp;nbsp;+GetCategories() : GetCategoriesResponse&lt;/span&gt;&lt;/p&gt;" style="verticalAlign=top;align=left;overflow=fill;html=1;whiteSpace=wrap;" parent="1" vertex="1">
                    <mxGeometry x="1280" y="870" width="330" height="180" as="geometry"/>
                </mxCell>
-                 <mxCell id="89" value="&lt;p style=&quot;margin:0px;margin-top:4px;text-align:center;&quot;&gt;&lt;b style=&quot;color: rgb(63, 63, 63); background-color: transparent;&quot;&gt;GetCategoriesViewModelAdapter&lt;/b&gt;&lt;/p&gt;&lt;hr size=&quot;1&quot; style=&quot;border-style:solid;&quot;&gt;&lt;p style=&quot;margin:0px;margin-left:4px;&quot;&gt;&lt;br&gt;&lt;/p&gt;&lt;p style=&quot;margin:0px;margin-left:4px;&quot;&gt;&lt;br&gt;&lt;/p&gt;&lt;hr size=&quot;1&quot; style=&quot;border-style:solid;&quot;&gt;&lt;p style=&quot;margin:0px;margin-left:4px;&quot;&gt;&lt;span style=&quot;color: rgb(63, 63, 63); scrollbar-color: rgb(226, 226, 226) rgb(251, 251, 251); background-color: transparent;&quot;&gt;+&lt;/span&gt;&lt;span style=&quot;background-color: transparent; color: rgb(63, 63, 63);&quot;&gt;Restore&lt;/span&gt;&lt;/p&gt;&lt;p style=&quot;text-align: center; margin: 0px 0px 0px 4px;&quot;&gt;&lt;span style=&quot;color: rgb(63, 63, 63); scrollbar-color: rgb(226, 226, 226) rgb(251, 251, 251); background-color: transparent;&quot;&gt;(List&amp;lt;Category&amp;gt;&lt;/span&gt;&lt;span style=&quot;background-color: transparent; scrollbar-color: rgb(226, 226, 226) rgb(251, 251, 251); color: rgb(63, 63, 63);&quot;&gt;)&lt;/span&gt;&lt;span style=&quot;background-color: transparent; color: rgb(63, 63, 63);&quot;&gt;：GetCategoriesResponse&lt;/span&gt;&lt;/p&gt;" style="verticalAlign=top;align=left;overflow=fill;html=1;whiteSpace=wrap;" vertex="1" parent="1">
+                 <mxCell id="89" value="&lt;p style=&quot;margin:0px;margin-top:4px;text-align:center;&quot;&gt;&lt;b style=&quot;color: rgb(63, 63, 63); background-color: transparent;&quot;&gt;GetCategoriesViewModelAdapter&lt;/b&gt;&lt;/p&gt;&lt;hr size=&quot;1&quot; style=&quot;border-style:solid;&quot;&gt;&lt;p style=&quot;margin:0px;margin-left:4px;&quot;&gt;&lt;br&gt;&lt;/p&gt;&lt;p style=&quot;margin:0px;margin-left:4px;&quot;&gt;&lt;br&gt;&lt;/p&gt;&lt;hr size=&quot;1&quot; style=&quot;border-style:solid;&quot;&gt;&lt;p style=&quot;margin:0px;margin-left:4px;&quot;&gt;&lt;span style=&quot;color: rgb(63, 63, 63); scrollbar-color: rgb(226, 226, 226) rgb(251, 251, 251); background-color: transparent;&quot;&gt;+&lt;/span&gt;&lt;span style=&quot;background-color: transparent; color: rgb(63, 63, 63);&quot;&gt;Restore&lt;/span&gt;&lt;/p&gt;&lt;p style=&quot;text-align: center; margin: 0px 0px 0px 4px;&quot;&gt;&lt;span style=&quot;color: rgb(63, 63, 63); scrollbar-color: rgb(226, 226, 226) rgb(251, 251, 251); background-color: transparent;&quot;&gt;(List&amp;lt;Category&amp;gt;&lt;/span&gt;&lt;span style=&quot;background-color: transparent; scrollbar-color: rgb(226, 226, 226) rgb(251, 251, 251); color: rgb(63, 63, 63);&quot;&gt;)&lt;/span&gt;&lt;span style=&quot;background-color: transparent; color: rgb(63, 63, 63);&quot;&gt;：GetCategoriesResponse&lt;/span&gt;&lt;/p&gt;" style="verticalAlign=top;align=left;overflow=fill;html=1;whiteSpace=wrap;" parent="1" vertex="1">
                    <mxGeometry x="1280" y="1120" width="220" height="120" as="geometry"/>
                </mxCell>
-                 <mxCell id="90" style="edgeStyle=none;html=1;exitX=0.5;exitY=0;exitDx=0;exitDy=0;entryX=0.332;entryY=1.009;entryDx=0;entryDy=0;entryPerimeter=0;" edge="1" source="89" target="88" parent="1">
+                 <mxCell id="90" style="edgeStyle=none;html=1;exitX=0.5;exitY=0;exitDx=0;exitDy=0;entryX=0.332;entryY=1.009;entryDx=0;entryDy=0;entryPerimeter=0;" parent="1" source="89" target="88" edge="1">
                    <mxGeometry relative="1" as="geometry"/>
                </mxCell>
-                 <mxCell id="91" value="&amp;lt;&amp;lt;Use&amp;gt;&amp;gt;" style="text;html=1;align=center;verticalAlign=middle;whiteSpace=wrap;rounded=0;" vertex="1" parent="1">
+                 <mxCell id="91" value="&amp;lt;&amp;lt;Use&amp;gt;&amp;gt;" style="text;html=1;align=center;verticalAlign=middle;whiteSpace=wrap;rounded=0;" parent="1" vertex="1">
                    <mxGeometry x="1401.75" y="1080" width="60" height="30" as="geometry"/>
                </mxCell>
-                 <mxCell id="92" style="edgeStyle=none;html=1;exitX=0.5;exitY=0;exitDx=0;exitDy=0;entryX=0.337;entryY=1.02;entryDx=0;entryDy=0;entryPerimeter=0;" edge="1" source="94" target="93" parent="1">
+                 <mxCell id="92" style="edgeStyle=none;html=1;exitX=0.5;exitY=0;exitDx=0;exitDy=0;entryX=0.337;entryY=1.02;entryDx=0;entryDy=0;entryPerimeter=0;" parent="1" source="94" target="93" edge="1">
                    <mxGeometry relative="1" as="geometry"/>
                </mxCell>
-                 <mxCell id="93" value="&lt;p style=&quot;margin:0px;margin-top:4px;text-align:center;&quot;&gt;&lt;b&gt;GetProductInfoController&lt;/b&gt;&lt;/p&gt;&lt;hr size=&quot;1&quot; style=&quot;border-style:solid;&quot;&gt;&lt;p style=&quot;color: rgb(63, 63, 63); scrollbar-color: rgb(226, 226, 226) rgb(251, 251, 251); margin: 0px 0px 0px 4px;&quot;&gt;&lt;span style=&quot;background-color: transparent;&quot;&gt;+GetInfo([FromQuery] productUuId: string) : GetProductInfoResponse&lt;/span&gt;&lt;/p&gt;" style="verticalAlign=top;align=left;overflow=fill;html=1;whiteSpace=wrap;" vertex="1" parent="1">
+                 <mxCell id="93" value="&lt;p style=&quot;margin:0px;margin-top:4px;text-align:center;&quot;&gt;&lt;b&gt;GetProductInfoByIdController&lt;/b&gt;&lt;/p&gt;&lt;hr size=&quot;1&quot; style=&quot;border-style:solid;&quot;&gt;&lt;p style=&quot;color: rgb(63, 63, 63); scrollbar-color: rgb(226, 226, 226) rgb(251, 251, 251); margin: 0px 0px 0px 4px;&quot;&gt;&lt;span style=&quot;background-color: transparent;&quot;&gt;+GetInfoById([FromQuery] productUuId: string) : GetProductInfoResponse&lt;/span&gt;&lt;/p&gt;" style="verticalAlign=top;align=left;overflow=fill;html=1;whiteSpace=wrap;" parent="1" vertex="1">
                    <mxGeometry x="110" y="870" width="290" height="180" as="geometry"/>
                </mxCell>
-                 <mxCell id="94" value="&lt;p style=&quot;margin:0px;margin-top:4px;text-align:center;&quot;&gt;&lt;span style=&quot;color: rgb(63, 63, 63); background-color: transparent;&quot;&gt;&lt;span style=&quot;color: rgb(63, 63, 63);&quot;&gt;GetProduct&lt;/span&gt;ViewModelAdapter&lt;/span&gt;&lt;/p&gt;&lt;hr size=&quot;1&quot; style=&quot;border-style:solid;&quot;&gt;&lt;p style=&quot;margin:0px;margin-left:4px;&quot;&gt;&lt;br&gt;&lt;/p&gt;&lt;p style=&quot;margin:0px;margin-left:4px;&quot;&gt;&lt;br&gt;&lt;/p&gt;&lt;hr size=&quot;1&quot; style=&quot;border-style:solid;&quot;&gt;&lt;p style=&quot;margin:0px;margin-left:4px;&quot;&gt;&lt;span style=&quot;color: rgb(63, 63, 63); scrollbar-color: rgb(226, 226, 226) rgb(251, 251, 251); background-color: transparent;&quot;&gt;+Convert&lt;/span&gt;&lt;/p&gt;&lt;p style=&quot;text-align: center; margin: 0px 0px 0px 4px;&quot;&gt;&lt;span style=&quot;color: rgb(63, 63, 63); scrollbar-color: rgb(226, 226, 226) rgb(251, 251, 251); background-color: transparent;&quot;&gt;(Product&lt;/span&gt;&lt;span style=&quot;background-color: transparent; scrollbar-color: rgb(226, 226, 226) rgb(251, 251, 251); color: rgb(63, 63, 63);&quot;&gt;)&lt;/span&gt;&lt;span style=&quot;background-color: transparent; color: rgb(63, 63, 63);&quot;&gt;：GetProductInfoResponse&lt;/span&gt;&lt;/p&gt;" style="verticalAlign=top;align=left;overflow=fill;html=1;whiteSpace=wrap;" vertex="1" parent="1">
+                 <mxCell id="94" value="&lt;p style=&quot;margin:0px;margin-top:4px;text-align:center;&quot;&gt;&lt;span style=&quot;color: rgb(63, 63, 63); background-color: transparent;&quot;&gt;&lt;span style=&quot;color: rgb(63, 63, 63);&quot;&gt;GetProduct&lt;/span&gt;ViewModelAdapter&lt;/span&gt;&lt;/p&gt;&lt;hr size=&quot;1&quot; style=&quot;border-style:solid;&quot;&gt;&lt;p style=&quot;margin:0px;margin-left:4px;&quot;&gt;&lt;br&gt;&lt;/p&gt;&lt;p style=&quot;margin:0px;margin-left:4px;&quot;&gt;&lt;br&gt;&lt;/p&gt;&lt;hr size=&quot;1&quot; style=&quot;border-style:solid;&quot;&gt;&lt;p style=&quot;margin:0px;margin-left:4px;&quot;&gt;&lt;span style=&quot;color: rgb(63, 63, 63); scrollbar-color: rgb(226, 226, 226) rgb(251, 251, 251); background-color: transparent;&quot;&gt;+Convert&lt;/span&gt;&lt;/p&gt;&lt;p style=&quot;text-align: center; margin: 0px 0px 0px 4px;&quot;&gt;&lt;span style=&quot;color: rgb(63, 63, 63); scrollbar-color: rgb(226, 226, 226) rgb(251, 251, 251); background-color: transparent;&quot;&gt;(Product&lt;/span&gt;&lt;span style=&quot;background-color: transparent; scrollbar-color: rgb(226, 226, 226) rgb(251, 251, 251); color: rgb(63, 63, 63);&quot;&gt;)&lt;/span&gt;&lt;span style=&quot;background-color: transparent; color: rgb(63, 63, 63);&quot;&gt;：GetProductInfoResponse&lt;/span&gt;&lt;/p&gt;" style="verticalAlign=top;align=left;overflow=fill;html=1;whiteSpace=wrap;" parent="1" vertex="1">
                    <mxGeometry x="110" y="1120" width="195" height="120" as="geometry"/>
                </mxCell>
-                 <mxCell id="95" value="&amp;lt;&amp;lt;Use&amp;gt;&amp;gt;" style="text;html=1;align=center;verticalAlign=middle;whiteSpace=wrap;rounded=0;" vertex="1" parent="1">
+                 <mxCell id="95" value="&amp;lt;&amp;lt;Use&amp;gt;&amp;gt;" style="text;html=1;align=center;verticalAlign=middle;whiteSpace=wrap;rounded=0;" parent="1" vertex="1">
                    <mxGeometry x="273.75" y="1080" width="60" height="30" as="geometry"/>
                </mxCell>
-                 <mxCell id="98" value="&lt;p style=&quot;margin:0px;margin-top:4px;text-align:center;&quot;&gt;&lt;span style=&quot;color: rgb(63, 63, 63);&quot;&gt;&lt;b&gt;UnregisteredEmployeesResponse&lt;/b&gt;&lt;/span&gt;&lt;/p&gt;&lt;hr size=&quot;1&quot; style=&quot;border-style:solid;&quot;&gt;&lt;p style=&quot;margin:0px;margin-left:4px;&quot;&gt;+employees : List&amp;lt;UnregisteredEmployeeItem&amp;gt;&amp;nbsp;&lt;/p&gt;&lt;hr size=&quot;1&quot; style=&quot;border-style:solid;&quot;&gt;&lt;p style=&quot;margin:0px;margin-left:4px;&quot;&gt;&lt;br&gt;&lt;/p&gt;" style="verticalAlign=top;align=left;overflow=fill;html=1;whiteSpace=wrap;" vertex="1" parent="1">
+                 <mxCell id="98" value="&lt;p style=&quot;margin:0px;margin-top:4px;text-align:center;&quot;&gt;&lt;span style=&quot;color: rgb(63, 63, 63);&quot;&gt;&lt;b&gt;UnregisteredEmployeesResponse&lt;/b&gt;&lt;/span&gt;&lt;/p&gt;&lt;hr size=&quot;1&quot; style=&quot;border-style:solid;&quot;&gt;&lt;p style=&quot;margin:0px;margin-left:4px;&quot;&gt;+employees : List&amp;lt;UnregisteredEmployeeItem&amp;gt;&amp;nbsp;&lt;/p&gt;&lt;hr size=&quot;1&quot; style=&quot;border-style:solid;&quot;&gt;&lt;p style=&quot;margin:0px;margin-left:4px;&quot;&gt;&lt;br&gt;&lt;/p&gt;" style="verticalAlign=top;align=left;overflow=fill;html=1;whiteSpace=wrap;" parent="1" vertex="1">
                    <mxGeometry x="2100" y="1290" width="210" height="120" as="geometry"/>
                </mxCell>
-                 <mxCell id="99" value="&lt;p style=&quot;margin:0px;margin-top:4px;text-align:center;&quot;&gt;&lt;span style=&quot;color: rgb(63, 63, 63);&quot;&gt;&lt;b&gt;UnregisteredEmployeesItem&lt;/b&gt;&lt;/span&gt;&lt;/p&gt;&lt;hr size=&quot;1&quot; style=&quot;border-style:solid;&quot;&gt;&lt;p style=&quot;margin:0px;margin-left:4px;&quot;&gt;&lt;/p&gt;&lt;p style=&quot;margin:0px;margin-left:4px;&quot;&gt;&lt;/p&gt;+employeeId : int&amp;nbsp;&lt;div&gt;+accountName : string&amp;nbsp;&lt;/div&gt;&lt;div&gt;+password : string&lt;/div&gt;" style="verticalAlign=top;align=left;overflow=fill;html=1;whiteSpace=wrap;" vertex="1" parent="1">
+                 <mxCell id="99" value="&lt;p style=&quot;margin:0px;margin-top:4px;text-align:center;&quot;&gt;&lt;span style=&quot;color: rgb(63, 63, 63);&quot;&gt;&lt;b&gt;UnregisteredEmployeesItem&lt;/b&gt;&lt;/span&gt;&lt;/p&gt;&lt;hr size=&quot;1&quot; style=&quot;border-style:solid;&quot;&gt;&lt;p style=&quot;margin:0px;margin-left:4px;&quot;&gt;&lt;/p&gt;&lt;p style=&quot;margin:0px;margin-left:4px;&quot;&gt;&lt;/p&gt;+employeeId : int&amp;nbsp;&lt;div&gt;+accountName : string&amp;nbsp;&lt;/div&gt;&lt;div&gt;+password : string&lt;/div&gt;" style="verticalAlign=top;align=left;overflow=fill;html=1;whiteSpace=wrap;" parent="1" vertex="1">
                    <mxGeometry x="2100" y="1500" width="210" height="120" as="geometry"/>
                </mxCell>
-                 <mxCell id="101" value="&lt;p style=&quot;margin:0px;margin-top:4px;text-align:center;&quot;&gt;&lt;span style=&quot;color: rgb(63, 63, 63);&quot;&gt;&lt;b&gt;SearchProductsResponse&lt;/b&gt;&lt;/span&gt;&lt;/p&gt;&lt;hr size=&quot;1&quot; style=&quot;border-style:solid;&quot;&gt;&lt;p style=&quot;margin:0px;margin-left:4px;&quot;&gt;+products: List&amp;lt;productsItem&amp;gt;&amp;nbsp;&lt;/p&gt;&lt;hr size=&quot;1&quot; style=&quot;border-style:solid;&quot;&gt;&lt;p style=&quot;margin:0px;margin-left:4px;&quot;&gt;&lt;br&gt;&lt;/p&gt;" style="verticalAlign=top;align=left;overflow=fill;html=1;whiteSpace=wrap;" vertex="1" parent="1">
+                 <mxCell id="101" value="&lt;p style=&quot;margin:0px;margin-top:4px;text-align:center;&quot;&gt;&lt;span style=&quot;color: rgb(63, 63, 63);&quot;&gt;&lt;b&gt;SearchProductsResponse&lt;/b&gt;&lt;/span&gt;&lt;/p&gt;&lt;hr size=&quot;1&quot; style=&quot;border-style:solid;&quot;&gt;&lt;p style=&quot;margin:0px;margin-left:4px;&quot;&gt;+products: List&amp;lt;productsItem&amp;gt;&amp;nbsp;&lt;/p&gt;&lt;hr size=&quot;1&quot; style=&quot;border-style:solid;&quot;&gt;&lt;p style=&quot;margin:0px;margin-left:4px;&quot;&gt;&lt;br&gt;&lt;/p&gt;" style="verticalAlign=top;align=left;overflow=fill;html=1;whiteSpace=wrap;" parent="1" vertex="1">
                    <mxGeometry x="520" y="1300" width="210" height="120" as="geometry"/>
                </mxCell>
-                 <mxCell id="102" value="&lt;p style=&quot;margin:0px;margin-top:4px;text-align:center;&quot;&gt;&lt;span style=&quot;color: rgb(63, 63, 63);&quot;&gt;&lt;b&gt;ProductsItem&lt;/b&gt;&lt;/span&gt;&lt;/p&gt;&lt;hr size=&quot;1&quot; style=&quot;border-style:solid;&quot;&gt;&lt;p style=&quot;margin:0px;margin-left:4px;&quot;&gt;&lt;/p&gt;&lt;p style=&quot;margin:0px;margin-left:4px;&quot;&gt;&lt;/p&gt;+productUuid:string&lt;div&gt;+productName : string&amp;nbsp;&lt;/div&gt;&lt;div&gt;+price : int&lt;/div&gt;&lt;div&gt;+imageUrl : string&lt;/div&gt;" style="verticalAlign=top;align=left;overflow=fill;html=1;whiteSpace=wrap;" vertex="1" parent="1">
+                 <mxCell id="102" value="&lt;p style=&quot;margin:0px;margin-top:4px;text-align:center;&quot;&gt;&lt;span style=&quot;color: rgb(63, 63, 63);&quot;&gt;&lt;b&gt;ProductsItem&lt;/b&gt;&lt;/span&gt;&lt;/p&gt;&lt;hr size=&quot;1&quot; style=&quot;border-style:solid;&quot;&gt;&lt;p style=&quot;margin:0px;margin-left:4px;&quot;&gt;&lt;/p&gt;&lt;p style=&quot;margin:0px;margin-left:4px;&quot;&gt;&lt;/p&gt;+productUuid:string&lt;div&gt;+productName : string&amp;nbsp;&lt;/div&gt;&lt;div&gt;+price : int&lt;/div&gt;&lt;div&gt;+imageUrl : string&lt;/div&gt;" style="verticalAlign=top;align=left;overflow=fill;html=1;whiteSpace=wrap;" parent="1" vertex="1">
                    <mxGeometry x="515" y="1490" width="210" height="120" as="geometry"/>
                </mxCell>
-                 <mxCell id="103" value="&lt;p style=&quot;margin:0px;margin-top:4px;text-align:center;&quot;&gt;&lt;b&gt;GetProductInfoResponse&lt;/b&gt;&lt;/p&gt;&lt;hr size=&quot;1&quot; style=&quot;border-style:solid;&quot;&gt;&lt;p style=&quot;color: rgb(63, 63, 63); scrollbar-color: rgb(226, 226, 226) rgb(251, 251, 251); margin: 0px 0px 0px 4px;&quot;&gt;&lt;span style=&quot;scrollbar-color: rgb(226, 226, 226) rgb(251, 251, 251); background-color: transparent; color: rgb(63, 63, 63);&quot;&gt;+productUuid:string&lt;/span&gt;&lt;/p&gt;&lt;p style=&quot;color: rgb(63, 63, 63); scrollbar-color: rgb(226, 226, 226) rgb(251, 251, 251); margin: 0px 0px 0px 4px;&quot;&gt;&lt;span style=&quot;scrollbar-color: rgb(226, 226, 226) rgb(251, 251, 251); background-color: transparent; color: rgb(63, 63, 63);&quot;&gt;+productName : string&lt;/span&gt;&lt;/p&gt;&lt;p style=&quot;color: rgb(63, 63, 63); scrollbar-color: rgb(226, 226, 226) rgb(251, 251, 251); margin: 0px 0px 0px 4px;&quot;&gt;+price : int&lt;/p&gt;&lt;p style=&quot;color: rgb(63, 63, 63); scrollbar-color: rgb(226, 226, 226) rgb(251, 251, 251); margin: 0px 0px 0px 4px;&quot;&gt;+quantity : int&lt;/p&gt;&lt;p style=&quot;color: rgb(63, 63, 63); scrollbar-color: rgb(226, 226, 226) rgb(251, 251, 251); margin: 0px 0px 0px 4px;&quot;&gt;+categoryId : string&lt;/p&gt;&lt;p style=&quot;color: rgb(63, 63, 63); scrollbar-color: rgb(226, 226, 226) rgb(251, 251, 251); margin: 0px 0px 0px 4px;&quot;&gt;+ImageUrl : IformFile&lt;/p&gt;&lt;p style=&quot;margin:0px;margin-left:4px;&quot;&gt;&lt;br&gt;&lt;/p&gt;&lt;hr size=&quot;1&quot; style=&quot;border-style:solid;&quot;&gt;&lt;p style=&quot;margin:0px;margin-left:4px;&quot;&gt;&lt;br&gt;&lt;/p&gt;" style="verticalAlign=top;align=left;overflow=fill;html=1;whiteSpace=wrap;" vertex="1" parent="1">
+                 <mxCell id="103" value="&lt;p style=&quot;margin:0px;margin-top:4px;text-align:center;&quot;&gt;&lt;b&gt;GetProductInfoResponse&lt;/b&gt;&lt;/p&gt;&lt;hr size=&quot;1&quot; style=&quot;border-style:solid;&quot;&gt;&lt;p style=&quot;color: rgb(63, 63, 63); scrollbar-color: rgb(226, 226, 226) rgb(251, 251, 251); margin: 0px 0px 0px 4px;&quot;&gt;&lt;span style=&quot;scrollbar-color: rgb(226, 226, 226) rgb(251, 251, 251); background-color: transparent; color: rgb(63, 63, 63);&quot;&gt;+productUuid:string&lt;/span&gt;&lt;/p&gt;&lt;p style=&quot;color: rgb(63, 63, 63); scrollbar-color: rgb(226, 226, 226) rgb(251, 251, 251); margin: 0px 0px 0px 4px;&quot;&gt;&lt;span style=&quot;scrollbar-color: rgb(226, 226, 226) rgb(251, 251, 251); background-color: transparent; color: rgb(63, 63, 63);&quot;&gt;+productName : string&lt;/span&gt;&lt;/p&gt;&lt;p style=&quot;color: rgb(63, 63, 63); scrollbar-color: rgb(226, 226, 226) rgb(251, 251, 251); margin: 0px 0px 0px 4px;&quot;&gt;+price : int&lt;/p&gt;&lt;p style=&quot;color: rgb(63, 63, 63); scrollbar-color: rgb(226, 226, 226) rgb(251, 251, 251); margin: 0px 0px 0px 4px;&quot;&gt;+quantity : int&lt;/p&gt;&lt;p style=&quot;color: rgb(63, 63, 63); scrollbar-color: rgb(226, 226, 226) rgb(251, 251, 251); margin: 0px 0px 0px 4px;&quot;&gt;+categoryId : string&lt;/p&gt;&lt;p style=&quot;color: rgb(63, 63, 63); scrollbar-color: rgb(226, 226, 226) rgb(251, 251, 251); margin: 0px 0px 0px 4px;&quot;&gt;+ImageUrl : IformFile&lt;/p&gt;&lt;p style=&quot;margin:0px;margin-left:4px;&quot;&gt;&lt;br&gt;&lt;/p&gt;&lt;hr size=&quot;1&quot; style=&quot;border-style:solid;&quot;&gt;&lt;p style=&quot;margin:0px;margin-left:4px;&quot;&gt;&lt;br&gt;&lt;/p&gt;" style="verticalAlign=top;align=left;overflow=fill;html=1;whiteSpace=wrap;" parent="1" vertex="1">
                    <mxGeometry x="122.5" y="1285" width="170" height="150" as="geometry"/>
                </mxCell>
-                 <mxCell id="105" value="&lt;p style=&quot;margin:0px;margin-top:4px;text-align:center;&quot;&gt;&lt;/p&gt;&lt;p style=&quot;margin:0px;margin-left:4px;&quot;&gt;&lt;b&gt;LoginViewModelAdapter&lt;/b&gt;&lt;/p&gt;&lt;p style=&quot;margin:0px;margin-left:4px;&quot;&gt;&lt;br&gt;&lt;/p&gt;&lt;hr size=&quot;1&quot; style=&quot;border-style:solid;&quot;&gt;&lt;p style=&quot;margin:0px;margin-left:4px;&quot;&gt;&lt;span style=&quot;color: rgb(63, 63, 63); scrollbar-color: rgb(226, 226, 226) rgb(251, 251, 251); background-color: transparent;&quot;&gt;+Convert&lt;/span&gt;&lt;/p&gt;&lt;p style=&quot;text-align: center; margin: 0px 0px 0px 4px;&quot;&gt;&lt;span style=&quot;color: rgb(63, 63, 63); scrollbar-color: rgb(226, 226, 226) rgb(251, 251, 251); background-color: transparent;&quot;&gt;(&lt;/span&gt;&lt;span style=&quot;scrollbar-color: rgb(226, 226, 226) rgb(251, 251, 251); background-color: transparent; text-align: center; color: rgb(63, 63, 63);&quot;&gt;&amp;nbsp;string&lt;/span&gt;&lt;span style=&quot;background-color: transparent; scrollbar-color: rgb(226, 226, 226) rgb(251, 251, 251); color: rgb(63, 63, 63);&quot;&gt;)&lt;/span&gt;&lt;span style=&quot;background-color: transparent; color: rgb(63, 63, 63);&quot;&gt;：TokenResponse&lt;/span&gt;&lt;/p&gt;" style="verticalAlign=top;align=left;overflow=fill;html=1;whiteSpace=wrap;" vertex="1" parent="1">
+                 <mxCell id="105" value="&lt;p style=&quot;margin:0px;margin-top:4px;text-align:center;&quot;&gt;&lt;/p&gt;&lt;p style=&quot;margin:0px;margin-left:4px;&quot;&gt;&lt;b&gt;LoginViewModelAdapter&lt;/b&gt;&lt;/p&gt;&lt;p style=&quot;margin:0px;margin-left:4px;&quot;&gt;&lt;br&gt;&lt;/p&gt;&lt;hr size=&quot;1&quot; style=&quot;border-style:solid;&quot;&gt;&lt;p style=&quot;margin:0px;margin-left:4px;&quot;&gt;&lt;span style=&quot;color: rgb(63, 63, 63); scrollbar-color: rgb(226, 226, 226) rgb(251, 251, 251); background-color: transparent;&quot;&gt;+Convert&lt;/span&gt;&lt;/p&gt;&lt;p style=&quot;text-align: center; margin: 0px 0px 0px 4px;&quot;&gt;&lt;span style=&quot;color: rgb(63, 63, 63); scrollbar-color: rgb(226, 226, 226) rgb(251, 251, 251); background-color: transparent;&quot;&gt;(&lt;/span&gt;&lt;span style=&quot;scrollbar-color: rgb(226, 226, 226) rgb(251, 251, 251); background-color: transparent; text-align: center; color: rgb(63, 63, 63);&quot;&gt;&amp;nbsp;{Token, EmployeeAccount}&lt;/span&gt;&lt;span style=&quot;background-color: transparent; scrollbar-color: rgb(226, 226, 226) rgb(251, 251, 251); color: rgb(63, 63, 63);&quot;&gt;)&lt;/span&gt;&lt;span style=&quot;background-color: transparent; color: rgb(63, 63, 63);&quot;&gt;：TokenResponse&lt;/span&gt;&lt;/p&gt;" style="verticalAlign=top;align=left;overflow=fill;html=1;whiteSpace=wrap;" parent="1" vertex="1">
                    <mxGeometry x="2520" y="1120" width="240" height="120" as="geometry"/>
                </mxCell>
-                 <mxCell id="112" value="" style="endArrow=open;startArrow=circlePlus;endFill=0;startFill=0;endSize=8;html=1;" edge="1" parent="1" source="102" target="101">
+                 <mxCell id="112" value="" style="endArrow=open;startArrow=circlePlus;endFill=0;startFill=0;endSize=8;html=1;" parent="1" source="102" target="101" edge="1">
                    <mxGeometry width="160" relative="1" as="geometry">
                        <mxPoint x="650" y="1450" as="sourcePoint"/>
                        <mxPoint x="810" y="1450" as="targetPoint"/>
                    </mxGeometry>
                </mxCell>
-                 <mxCell id="114" value="" style="endArrow=open;startArrow=circlePlus;endFill=0;startFill=0;endSize=8;html=1;" edge="1" parent="1" source="99" target="98">
+                 <mxCell id="114" value="" style="endArrow=open;startArrow=circlePlus;endFill=0;startFill=0;endSize=8;html=1;" parent="1" source="99" target="98" edge="1">
                    <mxGeometry width="160" relative="1" as="geometry">
                        <mxPoint x="2170" y="1450" as="sourcePoint"/>
                        <mxPoint x="2330" y="1450" as="targetPoint"/>
                    </mxGeometry>
                </mxCell>
            </root>
        </mxGraphModel>
    </diagram>
</mxfile>